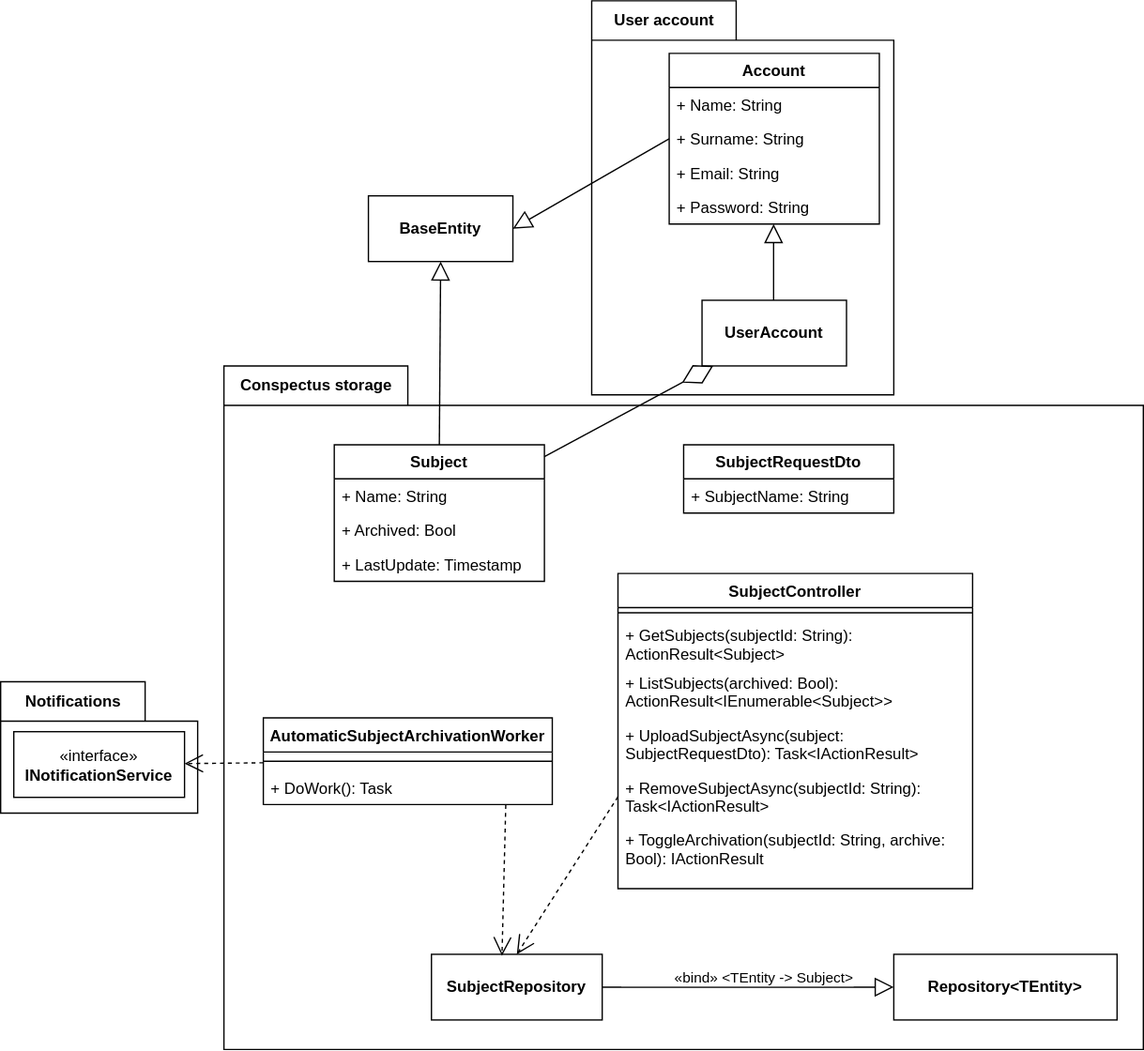
This is lab2diags/logical-view/archivation.drawio.svg from piatrashkakanstantinass/psi2, a draw.io export, as it was before one commit. Source tidied: cells renumbered, new cells last; positions are measured from the earlier drawing's top-left corner, leaving out a move shared by most shapes.
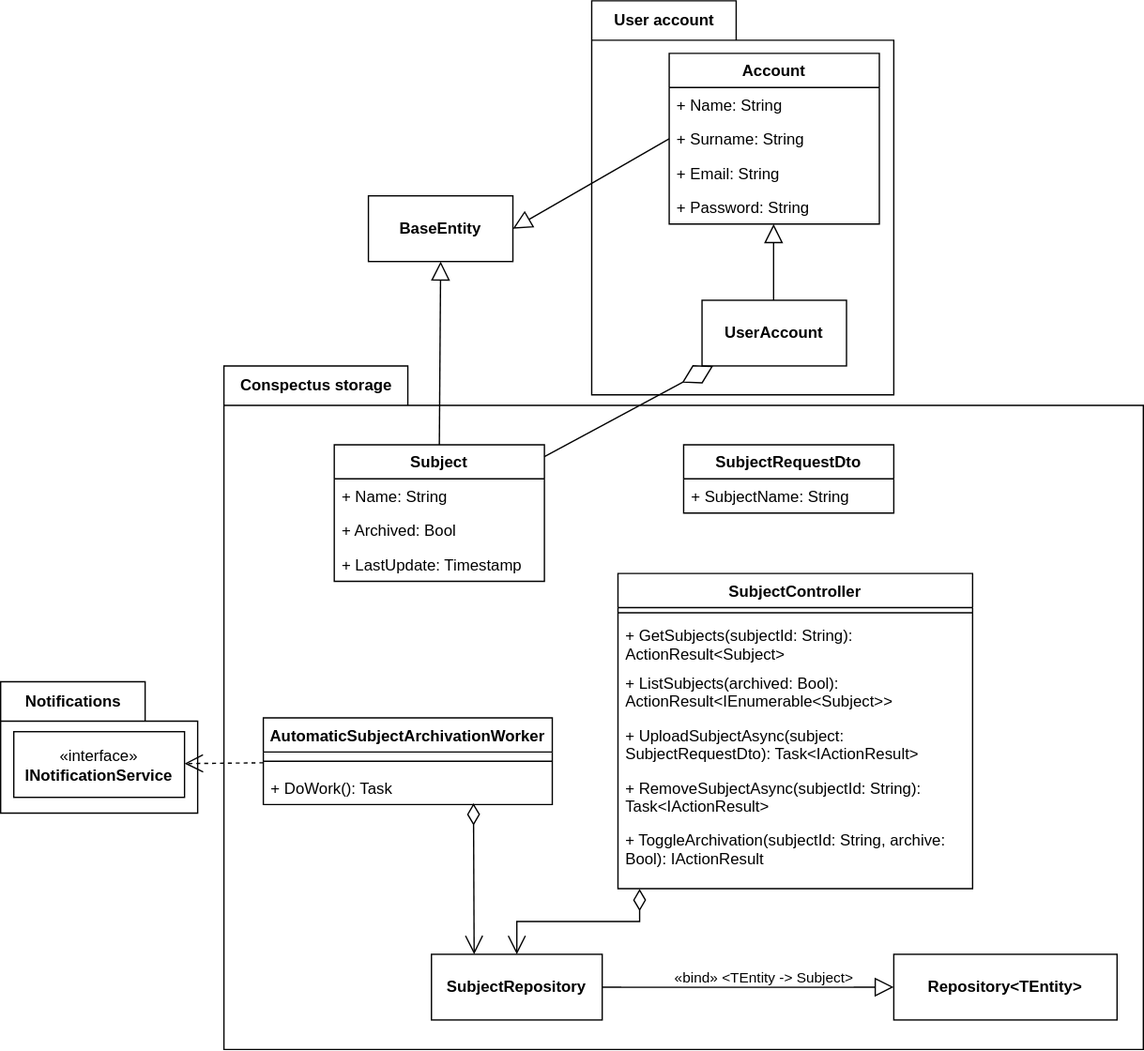
The same file after the commit.

What changed in the source:
```diff
@@ -69,9 +69,6 @@
         <mxPoint x="5" y="-6" as="offset" />
       </mxGeometry>
     </mxCell>
-    <mxCell id="23" style="endArrow=open;endSize=12;dashed=1;html=1;rounded=0;exitX=0;exitY=0.5;exitDx=0;exitDy=0;entryX=0.5;entryY=0;entryDx=0;entryDy=0;" parent="4" edge="1" source="15" target="19">
-      <mxGeometry relative="1" as="geometry" />
-    </mxCell>
     <mxCell id="24" value="AutomaticSubjectArchivationWorker" style="swimlane;fontStyle=1;align=center;verticalAlign=top;horizontal=1;startSize=26;whiteSpace=wrap;html=1;" parent="4" vertex="1">
       <mxGeometry x="30" y="268" width="220" height="66" as="geometry" />
     </mxCell>
@@ -81,9 +78,9 @@
     <mxCell id="26" value="+ DoWork(): Task" style="text;strokeColor=none;fillColor=none;align=left;verticalAlign=top;spacingLeft=4;spacingRight=4;overflow=hidden;points=[[0,0.5],[1,0.5]];portConstraint=eastwest;whiteSpace=wrap;html=1;" parent="24" vertex="1">
       <mxGeometry y="40" width="220" height="26" as="geometry" />
     </mxCell>
-    <mxCell id="27" style="endArrow=open;endSize=12;dashed=1;html=1;rounded=0;exitX=0.839;exitY=1.012;exitDx=0;exitDy=0;entryX=0.413;entryY=0.022;entryDx=0;entryDy=0;entryPerimeter=0;exitPerimeter=0;" parent="4" edge="1" source="26" target="19">
-      <mxGeometry relative="1" as="geometry" />
-    </mxCell>
+    <mxCell id="44" style="endArrow=open;html=1;endSize=12;startArrow=diamondThin;startSize=14;startFill=0;edgeStyle=orthogonalEdgeStyle;align=left;verticalAlign=bottom;rounded=0;exitX=0.061;exitY=1.004;exitDx=0;exitDy=0;exitPerimeter=0;entryX=0.5;entryY=0;entryDx=0;entryDy=0;" parent="4" edge="1" source="16" target="19">
+      <mxGeometry x="-1" y="3" relative="1" as="geometry" />
+    </mxCell>
     <mxCell id="28" value="Notifications" style="shape=folder;fontStyle=1;tabWidth=110;tabHeight=30;tabPosition=left;html=1;boundedLbl=1;labelInHeader=1;" parent="1" vertex="1">
       <mxGeometry y="518.5" width="150" height="100" as="geometry" />
     </mxCell>
@@ -139,5 +136,10 @@
     <mxCell id="43" style="endArrow=diamondThin;endFill=0;endSize=24;html=1;rounded=0;" parent="1" edge="1" source="6" target="31">
       <mxGeometry relative="1" as="geometry" />
     </mxCell>
+    <mxCell id="45" style="endArrow=open;html=1;endSize=12;startArrow=diamondThin;startSize=14;startFill=0;edgeStyle=orthogonalEdgeStyle;align=left;verticalAlign=bottom;rounded=0;entryX=0.25;entryY=0;entryDx=0;entryDy=0;" parent="1" edge="1" target="19">
+      <mxGeometry x="-1" y="3" relative="1" as="geometry">
+        <mxPoint x="360" y="611" as="sourcePoint" />
+      </mxGeometry>
+    </mxCell>
   </root>
 </mxGraphModel>
```
